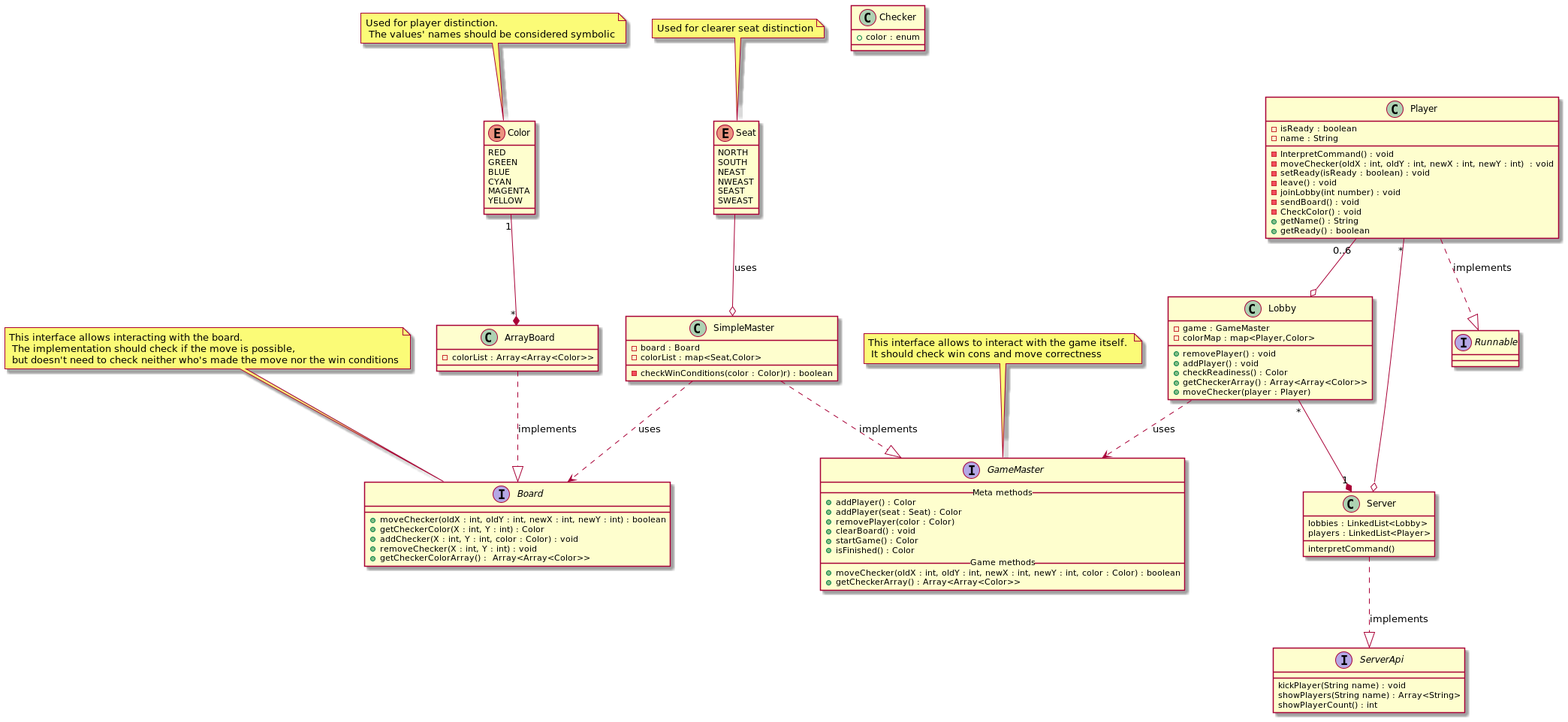
This is diagrams/Server.png from norbert791/TPlista5, a PlantUML export, as it was before one commit.
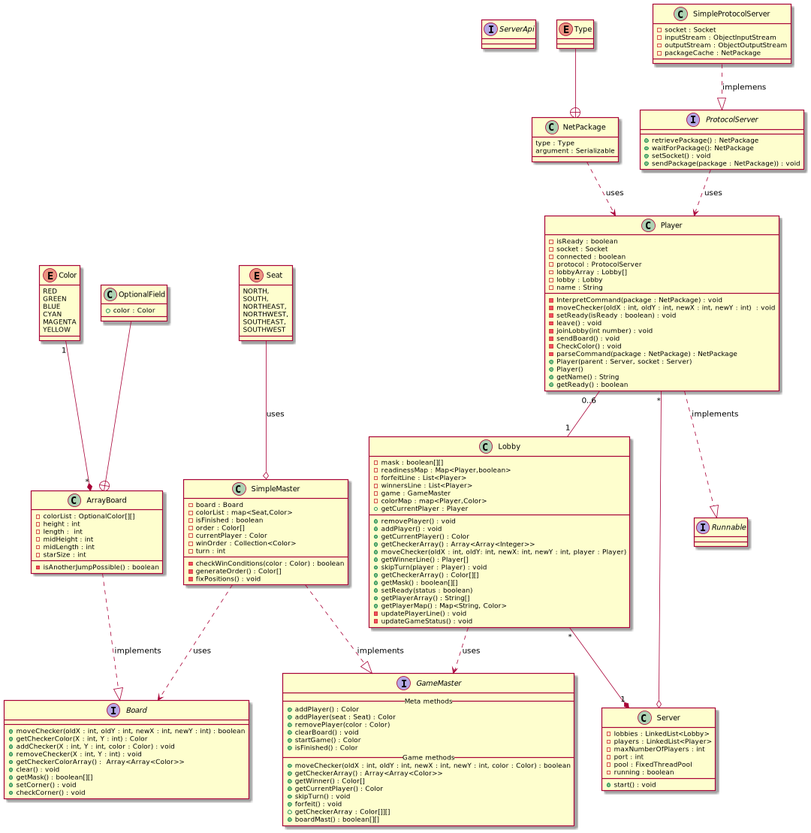
After the change.

The edit, as a diff of the source:
```diff
@@ -1,19 +1,8 @@
 @startuml
-
-note "This interface allows interacting with the board. \n The implementation should check if the move is possible, \n but doesn't need to check neither who's made the move nor the win conditions" as BoardNote
-note "This interface allows to interact with the game itself. \n It should check win cons and move correctness" as GMnote
-note "Used for player distinction. \n The values' names should be considered symbolic" as ClNote
-note "Used for clearer seat distinction" as Snote
-
-GMnote .. GameMaster
-BoardNote .. Board
-ClNote .. Color
-Snote .. Seat
 
 interface ServerApi
 interface Board
 interface Runnable
-class Checker
 class Server
 class ArrayBoard
 class SimpleMaster
@@ -22,7 +11,6 @@
 enum Color
 enum Seat
 
-Server ..|> ServerApi : implements
 Color "1" --* "*" ArrayBoard
 ArrayBoard ..|> Board : implements
 Lobby ..> GameMaster : uses
@@ -30,29 +18,67 @@
 SimpleMaster ..> Board : uses
 Seat --o SimpleMaster : uses
 Lobby "*" --* "1" Server
-Player "0..6" --o Lobby
+Player "0..6" -- "1" Lobby
 Player "*" --o Server
 Player ..|> Runnable : implements
+OptionalField --+ ArrayBoard
+Type --+ NetPackage
+NetPackage ..> Player : uses
+ProtocolServer ..> Player : uses
+SimpleProtocolServer ..|> ProtocolServer : implemens
 
-class Checker{
-   + color : enum
+class OptionalField {
+    +color : Color
+}
+
+class NetPackage {
+    type : Type
+    argument : Serializable
+}
+
+class SimpleProtocolServer{
+    -socket : Socket
+    -inputStream : ObjectInputStream
+    -outputStream : ObjectOutputStream
+    -packageCache : NetPackage
 }
 
 class Player{
     -isReady : boolean
+    -socket : Socket
+    -connected : boolean
+    -protocol : ProtocolServer
+    -lobbyArray : Lobby[]
+    -lobby : Lobby
     -name : String
-    -InterpretCommand() : void
+    -InterpretCommand(package : NetPackage) : void
     -moveChecker(oldX : int, oldY : int, newX : int, newY : int)  : void
     -setReady(isReady : boolean) : void
     -leave() : void
     -joinLobby(int number) : void
     -sendBoard() : void
     -CheckColor() : void
+    -parseCommand(package : NetPackage) : NetPackage
+    +Player(parent : Server, socket : Server)
+    +Player()
     +getName() : String
     +getReady() : boolean
 }
 class ArrayBoard{
-    -colorList : Array<Array<Color>>
+    -colorList : OptionalColor[][]
+    -height : int
+    -length :  int
+    -midHeight : int
+    -midLength : int
+    -starSize : int
+    -isAnotherJumpPossible() : boolean
+}
+
+interface ProtocolServer{
+    +retrievePackage() : NetPackage
+    +waitForPackage(): NetPackage
+    +setSocket() : void
+    +sendPackage(package : NetPackage)) : void
 }
 
 interface Board{
@@ -61,6 +87,10 @@
     +addChecker(X : int, Y : int, color : Color) : void
     +removeChecker(X : int, Y : int) : void
     +getCheckerColorArray() :  Array<Array<Color>>
+    +clear() : void
+    +getMask() : boolean[][]
+    +setCorner() : void
+    +checkCorner() : void
 }
 
 interface GameMaster{
@@ -74,30 +104,58 @@
    __Game methods__
    + moveChecker(oldX : int, oldY : int, newX : int, newY : int, color : Color) : boolean
    + getCheckerArray() : Array<Array<Color>>
+   + getWinner() : Color[]
+   + getCurrentPlayer() : Color
+   + skipTurn() : void
+   + forfeit() : void
+   + getCheckerArray : Color[]][]
+   + boardMast() : boolean[][]
 }
-interface ServerApi{
-    kickPlayer(String name) : void
-    showPlayers(String name) : Array<String>
-    showPlayerCount() : int
-}
+
 class SimpleMaster{
     -board : Board
     -colorList : map<Seat,Color>
-    -checkWinConditions(color : Color)r) : boolean
+    -checkWinConditions(color : Color) : boolean
+    -isFinished : boolean
+    -order : Color[]
+    -currentPlayer : Color
+    -winOrder : Collection<Color>
+    -turn : int
+    -generateOrder() : Color[]
+    -fixPositions() : void
 }
 class Lobby{
-    -game : GameMaster
-    -colorMap : map<Player,Color>
-    +removePlayer() : void
-    +addPlayer() : void
-    +checkReadiness() : Color
-    +getCheckerArray() : Array<Array<Color>>
-    +moveChecker(player : Player)
+    - mask : boolean[][]
+    - readinessMap : Map<Player,boolean>
+    - forfeitLine : List<Player>
+    - winnersLine : List<Player>
+    - game : GameMaster
+    - colorMap : map<Player,Color>
+    + removePlayer() : void
+    + addPlayer() : void
+    + getCurrentPlayer() : Color
+    + getCheckerArray() : Array<Array<Integer>>
+    + moveChecker(oldX : int, oldY: int, newX: int, newY : int, player : Player)
+    + getWinnerLine() : Player[]
+    + getCurrentPlayer : Player
+    + skipTurn(player : Player) : void
+    + getCheckerArray() : Color[][]
+    + getMask() : boolean[][]
+    + setReady(status : boolean)
+    + getPlayerArray() : String[]
+    + getPlayerMap() : Map<String, Color>
+    - updatePlayerLine() : void
+    - updateGameStatus() : void
+
 }
 class Server{
-    lobbies : LinkedList<Lobby>
-    players : LinkedList<Player>
-    interpretCommand()
+    -lobbies : LinkedList<Lobby>
+    -players : LinkedList<Player>
+    -maxNumberOfPlayers : int
+    -port : int
+    -pool : FixedThreadPool
+    -running : boolean
+    +start() : void
 }
 enum Color{
     RED
@@ -108,12 +166,14 @@
     YELLOW
 }
 enum Seat{
-    NORTH
-    SOUTH
-    NEAST
-    NWEAST
-    SEAST
-    SWEAST
+    NORTH,
+    SOUTH,
+    NORTHEAST,
+    NORTHWEST,
+    SOUTHEAST,
+    SOUTHWEST
 }
 
+enum Type
+
 @enduml
```
